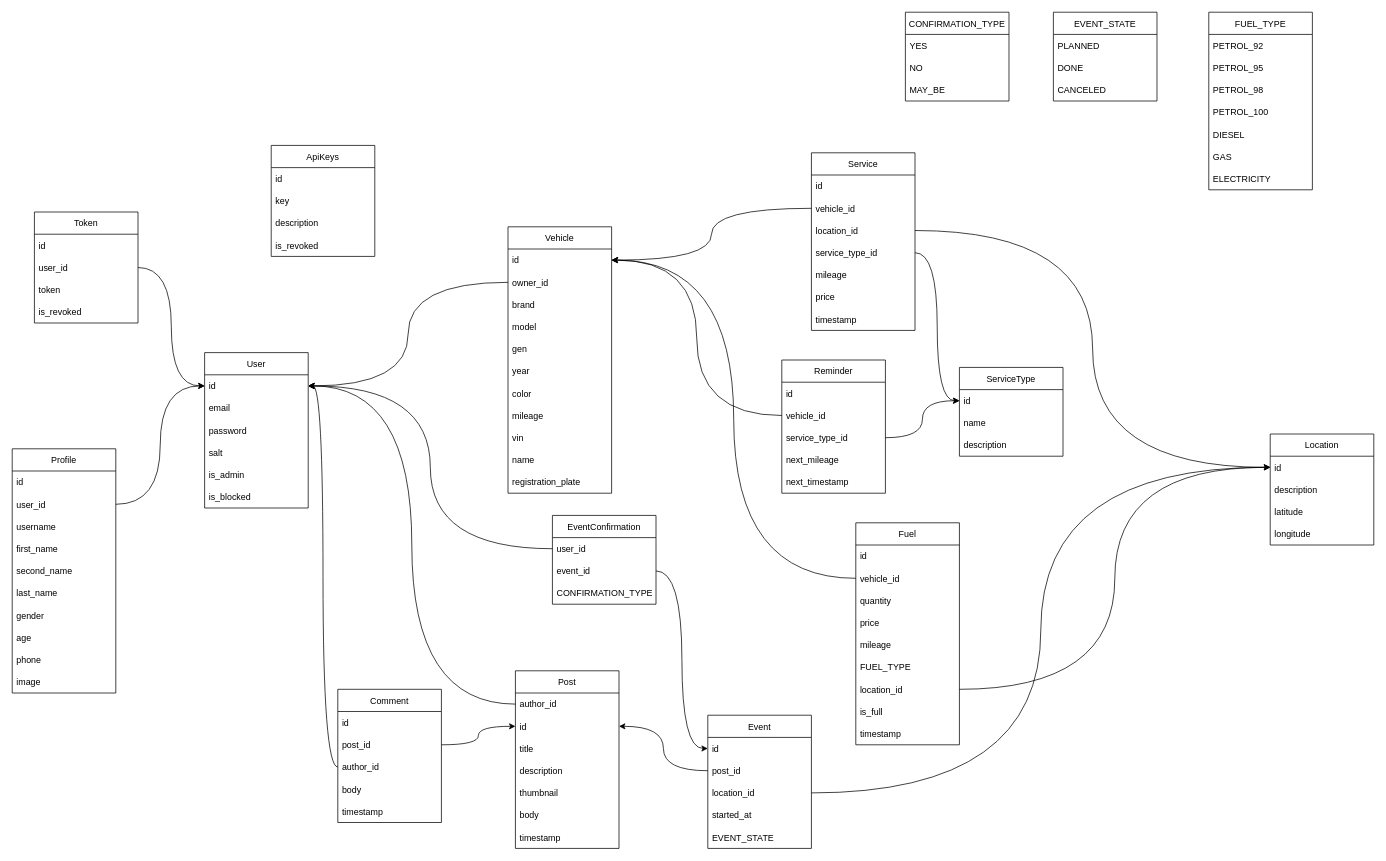
Before: page "database models" (1 of 2) of schema.drawio in jadjer/mores, a draw.io diagram. Source tidied: cells renumbered, new cells numbered last; positions are measured from the earlier drawing's top-left corner, leaving out a move shared by most shapes. Both pictures are drawn from the tidied source at 74%, with x=0, y=0 at pixel (12, 12).
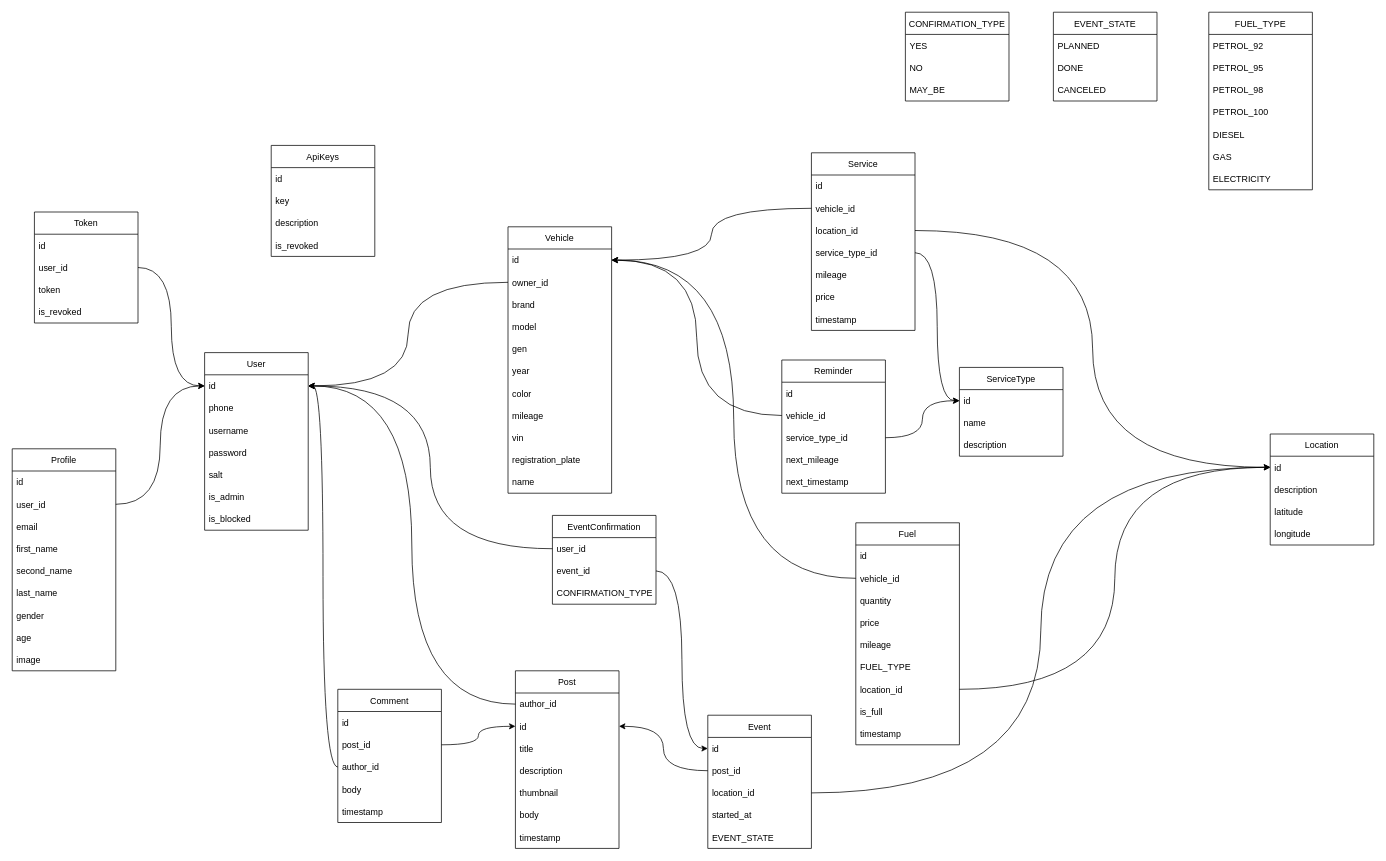
The same diagram, later.

Unchanged cells that the change refers to:
```xml
<mxCell id="9" value="Vehicle" style="swimlane;fontStyle=0;horizontal=1;startSize=30;" parent="1" vertex="1">
  <mxGeometry x="670" y="290" width="140" height="360" as="geometry" />
</mxCell>
```

Change to the diagram source:
```diff
@@
     <mxCell id="2" value="User" style="swimlane;fontStyle=0;horizontal=1;startSize=30;" parent="1" vertex="1">
-      <mxGeometry x="260" y="460" width="140" height="210" as="geometry" />
+      <mxGeometry x="260" y="460" width="140" height="240" as="geometry" />
     </mxCell>
@@
-    <mxCell id="4" value="email" style="text;strokeColor=none;fillColor=none;align=left;verticalAlign=middle;spacingLeft=4;spacingRight=4;overflow=hidden;" parent="2" vertex="1">
-      <mxGeometry y="60" width="140" height="30" as="geometry" />
-    </mxCell>
+    <mxCell id="129" value="phone" style="text;strokeColor=none;fillColor=none;align=left;verticalAlign=middle;spacingLeft=4;spacingRight=4;overflow=hidden;" parent="2" vertex="1">
+      <mxGeometry y="60" width="140" height="30" as="geometry" />
+    </mxCell>
+    <mxCell id="123" value="username" style="text;strokeColor=none;fillColor=none;align=left;verticalAlign=middle;spacingLeft=4;spacingRight=4;overflow=hidden;" parent="2" vertex="1">
+      <mxGeometry y="90" width="140" height="30" as="geometry" />
+    </mxCell>
     <mxCell id="5" value="password" style="text;strokeColor=none;fillColor=none;align=left;verticalAlign=middle;spacingLeft=4;spacingRight=4;overflow=hidden;" parent="2" vertex="1">
-      <mxGeometry y="90" width="140" height="30" as="geometry" />
+      <mxGeometry y="120" width="140" height="30" as="geometry" />
     </mxCell>
     <mxCell id="6" value="salt" style="text;strokeColor=none;fillColor=none;align=left;verticalAlign=middle;spacingLeft=4;spacingRight=4;overflow=hidden;" parent="2" vertex="1">
-      <mxGeometry y="120" width="140" height="30" as="geometry" />
+      <mxGeometry y="150" width="140" height="30" as="geometry" />
     </mxCell>
     <mxCell id="7" value="is_admin" style="text;strokeColor=none;fillColor=none;align=left;verticalAlign=middle;spacingLeft=4;spacingRight=4;overflow=hidden;" parent="2" vertex="1">
-      <mxGeometry y="150" width="140" height="30" as="geometry" />
+      <mxGeometry y="180" width="140" height="30" as="geometry" />
     </mxCell>
     <mxCell id="8" value="is_blocked" style="text;strokeColor=none;fillColor=none;align=left;verticalAlign=middle;spacingLeft=4;spacingRight=4;overflow=hidden;" parent="2" vertex="1">
-      <mxGeometry y="180" width="140" height="30" as="geometry" />
+      <mxGeometry y="210" width="140" height="30" as="geometry" />
     </mxCell>
@@
+    <mxCell id="20" value="registration_plate" style="text;strokeColor=none;fillColor=none;align=left;verticalAlign=middle;spacingLeft=4;spacingRight=4;overflow=hidden;" parent="9" vertex="1">
+      <mxGeometry y="300" width="140" height="30" as="geometry" />
+    </mxCell>
     <mxCell id="19" value="name" style="text;strokeColor=none;fillColor=none;align=left;verticalAlign=middle;spacingLeft=4;spacingRight=4;overflow=hidden;" parent="9" vertex="1">
-      <mxGeometry y="300" width="140" height="30" as="geometry" />
+      <mxGeometry y="330" width="140" height="30" as="geometry" />
     </mxCell>
-    <mxCell id="20" value="registration_plate" style="text;strokeColor=none;fillColor=none;align=left;verticalAlign=middle;spacingLeft=4;spacingRight=4;overflow=hidden;" parent="9" vertex="1">
-      <mxGeometry y="330" width="140" height="30" as="geometry" />
-    </mxCell>
@@
     <mxCell id="120" value="Profile" style="swimlane;fontStyle=0;horizontal=1;startSize=30;" parent="1" vertex="1">
-      <mxGeometry y="590" width="140" height="330" as="geometry" />
+      <mxGeometry y="590" width="140" height="300" as="geometry" />
     </mxCell>
@@
-    <mxCell id="123" value="username" style="text;strokeColor=none;fillColor=none;align=left;verticalAlign=middle;spacingLeft=4;spacingRight=4;overflow=hidden;" parent="120" vertex="1">
-      <mxGeometry y="90" width="140" height="30" as="geometry" />
-    </mxCell>
+    <mxCell id="4" value="email" style="text;strokeColor=none;fillColor=none;align=left;verticalAlign=middle;spacingLeft=4;spacingRight=4;overflow=hidden;" parent="120" vertex="1">
+      <mxGeometry y="90" width="140" height="30" as="geometry" />
+    </mxCell>
@@
-    <mxCell id="129" value="phone" style="text;strokeColor=none;fillColor=none;align=left;verticalAlign=middle;spacingLeft=4;spacingRight=4;overflow=hidden;" parent="120" vertex="1">
-      <mxGeometry y="270" width="140" height="30" as="geometry" />
-    </mxCell>
     <mxCell id="130" value="image" style="text;strokeColor=none;fillColor=none;align=left;verticalAlign=middle;spacingLeft=4;spacingRight=4;overflow=hidden;" parent="120" vertex="1">
-      <mxGeometry y="300" width="140" height="30" as="geometry" />
+      <mxGeometry y="270" width="140" height="30" as="geometry" />
     </mxCell>
```
